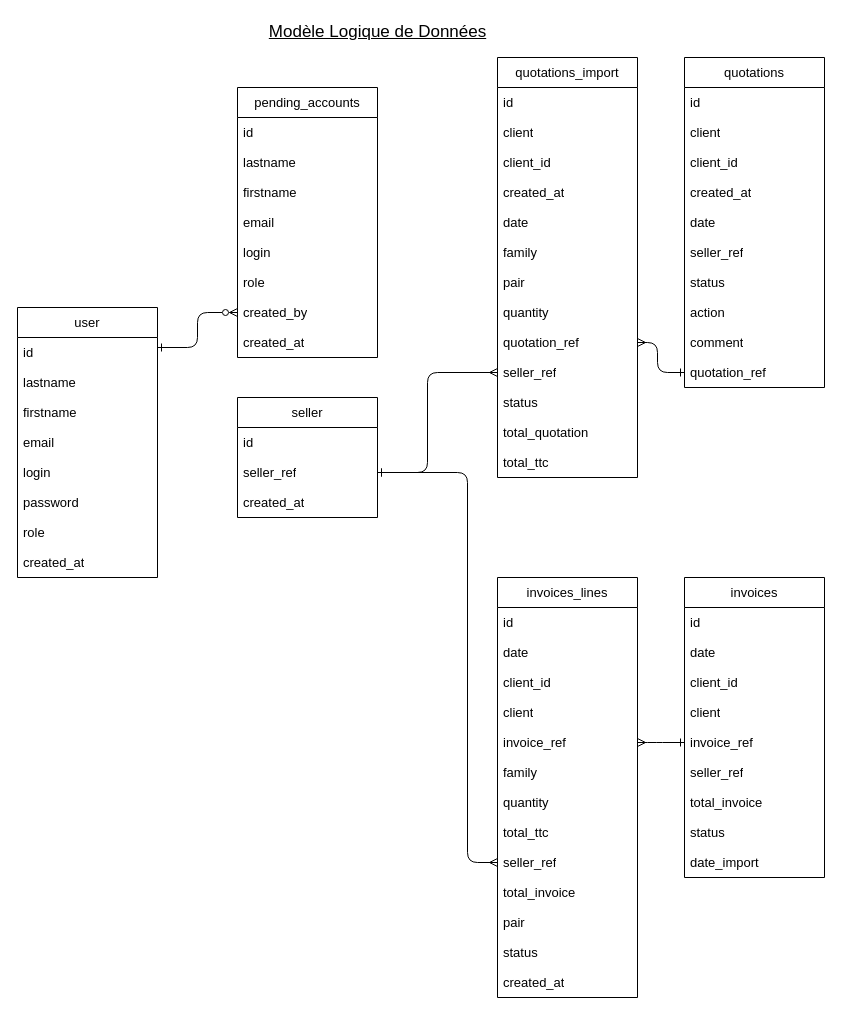
The draw.io diagram Ressources/Diagrammes/ModeleLogiqueDonnées.drawio in joyhure/Optitop_java, before the edit. Source tidied: cells renumbered, new cells numbered last; positions are measured from the earlier drawing's top-left corner, leaving out a move shared by most shapes. Both pictures are drawn from the tidied source at 100%, with x=0, y=0 at pixel (17, 17).
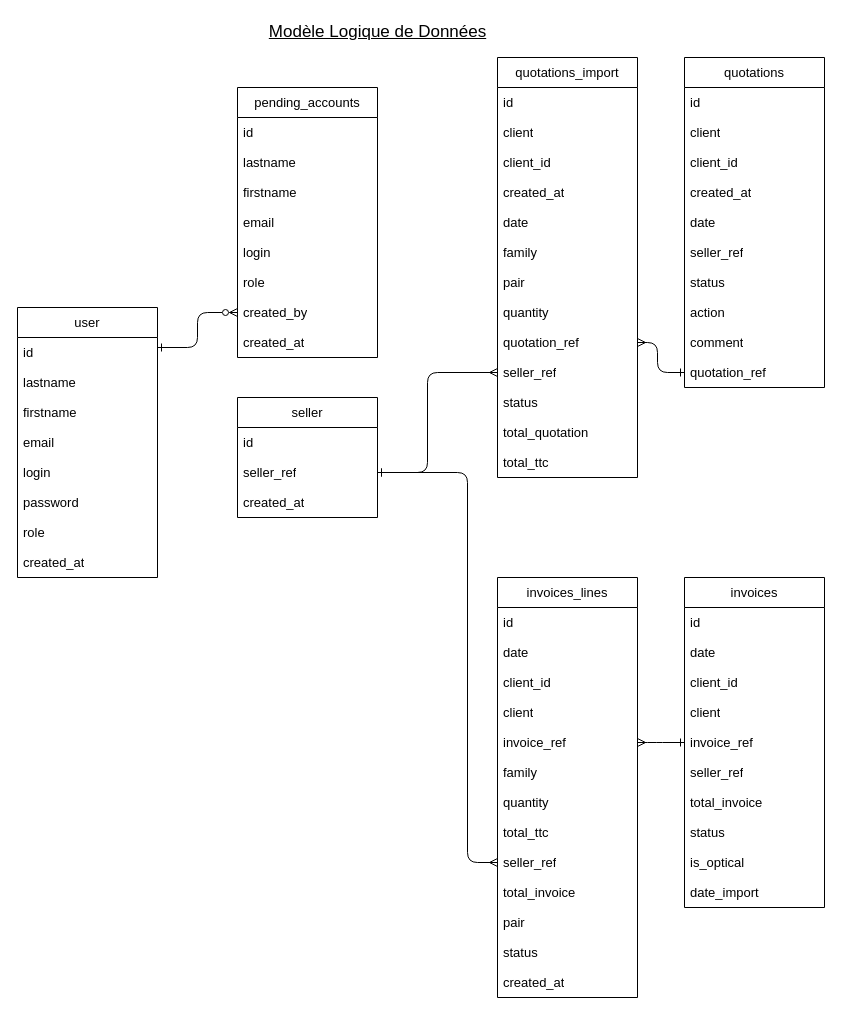
Above is the later version.

Commit message:
Mise à jour du modèle logique des données : ajustement des dimensions et ajout de la propriété 'is_optical' dans le diagramme.

Change to the diagram source:
```diff
@@
     <mxCell id="67" value="invoices" style="swimlane;fontStyle=0;horizontal=1;startSize=30;whiteSpace=wrap;html=1;fontSize=13;" parent="1" vertex="1">
-      <mxGeometry x="667" y="560" width="140" height="300" as="geometry" />
+      <mxGeometry x="667" y="560" width="140" height="330" as="geometry" />
     </mxCell>
@@
+    <mxCell id="79" value="is_optical" style="text;strokeColor=none;fillColor=none;align=left;verticalAlign=middle;spacingLeft=4;spacingRight=4;overflow=hidden;whiteSpace=wrap;html=1;fontSize=13;" parent="67" vertex="1">
+      <mxGeometry y="270" width="140" height="30" as="geometry" />
+    </mxCell>
     <mxCell id="76" value="date_import" style="text;strokeColor=none;fillColor=none;align=left;verticalAlign=middle;spacingLeft=4;spacingRight=4;overflow=hidden;whiteSpace=wrap;html=1;fontSize=13;" parent="67" vertex="1">
-      <mxGeometry y="270" width="140" height="30" as="geometry" />
+      <mxGeometry y="300" width="140" height="30" as="geometry" />
     </mxCell>
```
